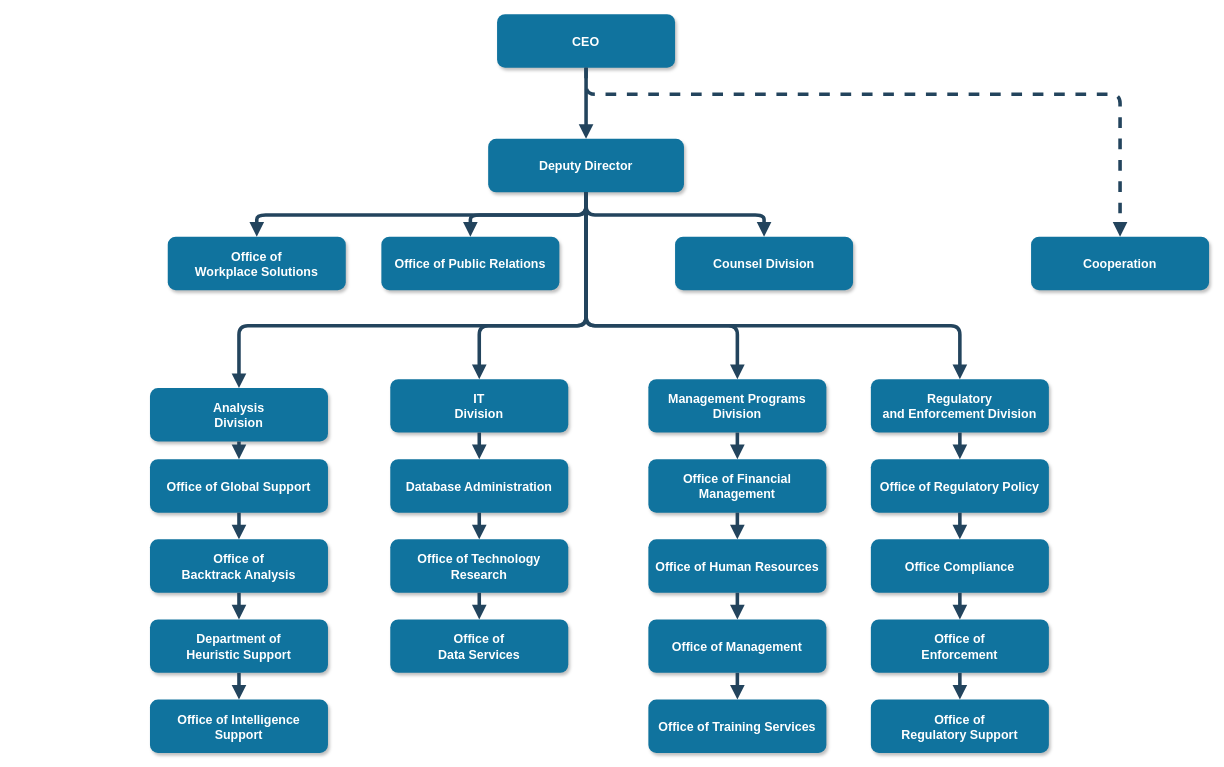
Before: page "Page-1" (1 of 2) of Untitled Diagram.drawio in moroz-iv/My-repository-OG16, a draw.io diagram. Source tidied: cells renumbered, new cells numbered last; positions are measured from the earlier drawing's top-left corner, leaving out a move shared by most shapes. Both pictures are drawn from the tidied source at 89%, with x=0, y=0 at pixel (150, 14).
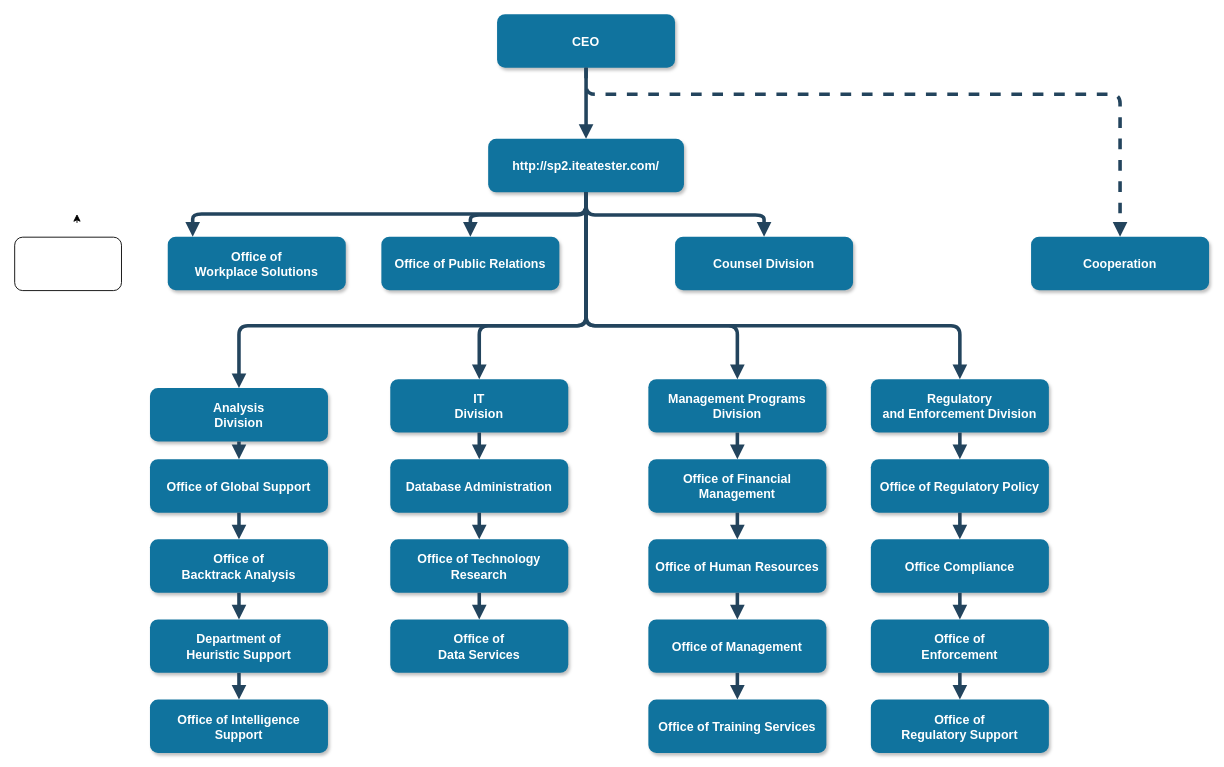
Above is the later version.

Unchanged cells that the change refers to:
```xml
<mxCell id="4" value="Office of &#10;Workplace Solutions" style="rounded=1;fillColor=#10739E;strokeColor=none;shadow=1;gradientColor=none;fontStyle=1;fontColor=#FFFFFF;fontSize=14;" parent="1" vertex="1">
  <mxGeometry x="20" y="249.5" width="200" height="60" as="geometry" />
</mxCell>
```

Change to the diagram source:
```diff
@@
-    <mxCell id="3" value="Deputy Director" style="rounded=1;fillColor=#10739E;strokeColor=none;shadow=1;gradientColor=none;fontStyle=1;fontColor=#FFFFFF;fontSize=14;" parent="1" vertex="1">
+    <mxCell id="3" value="http://sp2.iteatester.com/" style="rounded=1;fillColor=#10739E;strokeColor=none;shadow=1;gradientColor=none;fontStyle=1;fontColor=#FFFFFF;fontSize=14;" parent="1" vertex="1">
       <mxGeometry x="380" y="139.5" width="220" height="60" as="geometry" />
     </mxCell>
@@
     <mxCell id="29" style="edgeStyle=elbowEdgeStyle;elbow=vertical;strokeWidth=4;endArrow=block;endFill=1;fontStyle=1;strokeColor=#23445D;" parent="1" edge="1" source="3" target="4">
-      <mxGeometry x="22" y="165.5" as="geometry" />
+      <mxGeometry x="22" y="165.5" as="geometry">
+        <Array as="points">
+          <mxPoint x="48" y="224" />
+        </Array>
+      </mxGeometry>
     </mxCell>
@@
+    <mxCell id="51" style="rounded=1;whiteSpace=wrap;html=1;" parent="1" vertex="1">
+      <mxGeometry x="-152" y="250" width="120" height="60" as="geometry" />
+    </mxCell>
+    <mxCell id="52" style="endArrow=classic;html=1;" parent="1" edge="1">
+      <mxGeometry relative="1" as="geometry">
+        <mxPoint x="-82" y="234" as="sourcePoint" />
+        <mxPoint x="-82" y="224" as="targetPoint" />
+      </mxGeometry>
+    </mxCell>
```
